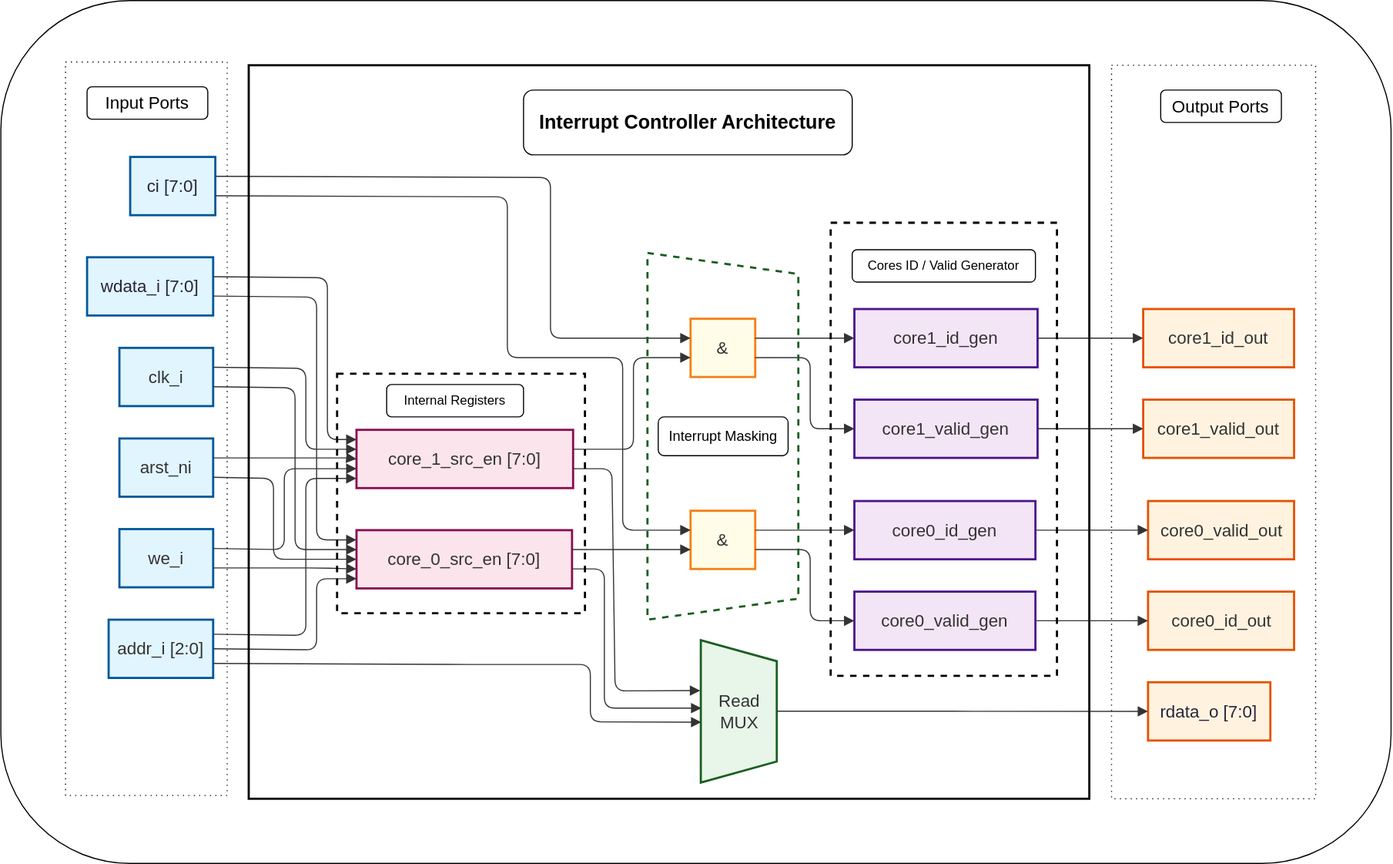
The draw.io diagram document/khalid_interrupt_controller.svg in ADN-VLSI/Batch2_testing, before a commit. Source tidied: cells renumbered, new cells last; positions are measured from the earlier drawing's top-left corner, leaving out a move shared by most shapes.
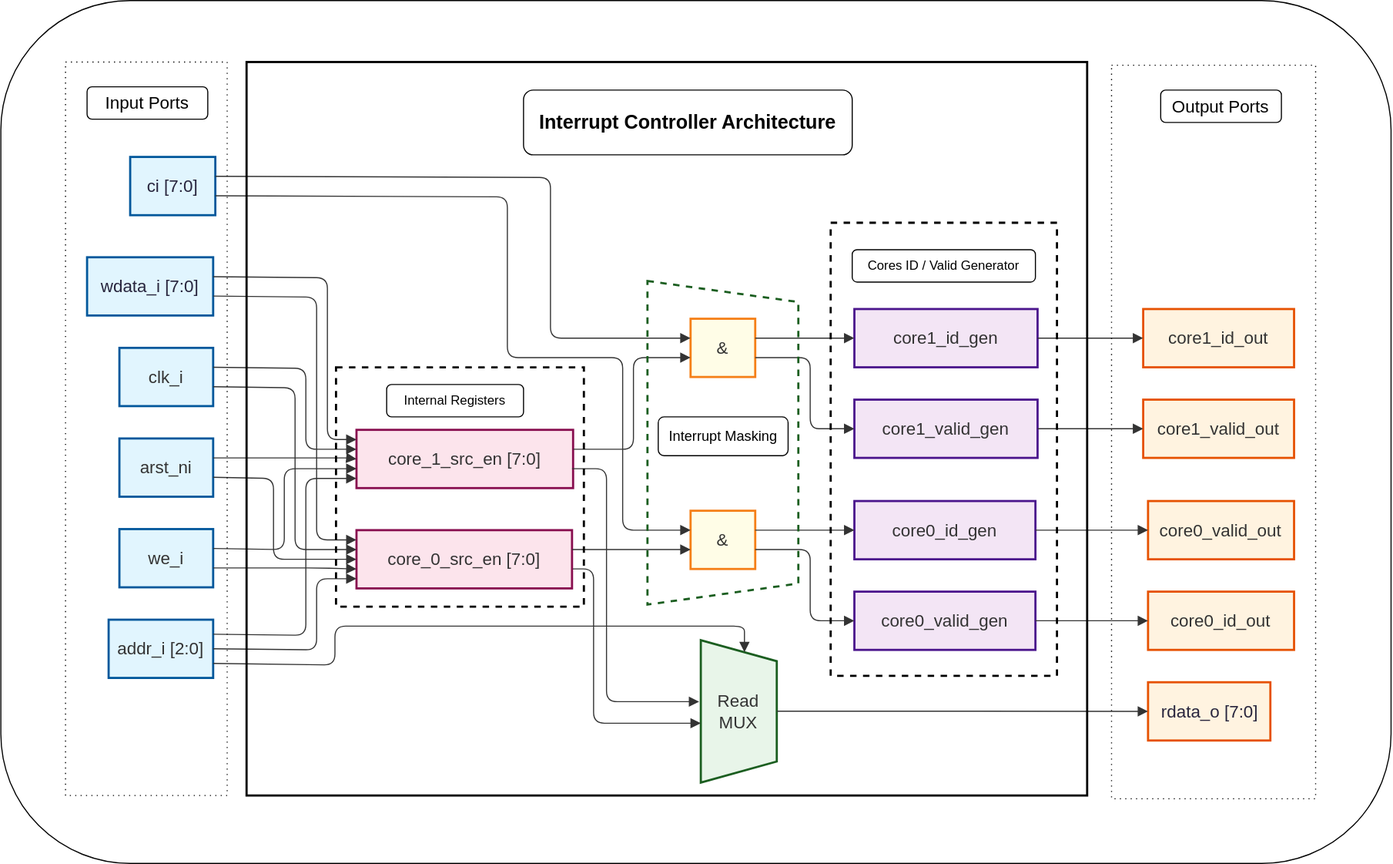
After the change.

Diff of the diagram source:
```diff
@@ -202,30 +202,34 @@
         </Array>
       </mxGeometry>
     </mxCell>
-    <mxCell id="39" style="edgeStyle=orthogonalEdgeStyle;rounded=1;curved=0;startArrow=none;endArrow=block;endSize=7;strokeColor=light-dark(#333333,#cccccc);exitX=1.003;exitY=0.665;exitDx=0;exitDy=0;exitPerimeter=0;" parent="1" edge="1" source="15">
+    <mxCell id="39" style="edgeStyle=orthogonalEdgeStyle;rounded=1;curved=0;startArrow=none;endArrow=block;endSize=7;strokeColor=light-dark(#333333,#cccccc);exitX=1.003;exitY=0.665;exitDx=0;exitDy=0;exitPerimeter=0;" parent="1" edge="1" source="15" target="14">
       <mxGeometry relative="1" as="geometry">
-        <mxPoint x="650" y="656" as="targetPoint" />
         <Array as="points">
-          <mxPoint x="560" y="527" />
-          <mxPoint x="560" y="656" />
+          <mxPoint x="550" y="527" />
+          <mxPoint x="550" y="670" />
         </Array>
       </mxGeometry>
     </mxCell>
-    <mxCell id="40" style="edgeStyle=orthogonalEdgeStyle;rounded=1;curved=0;startArrow=none;endArrow=block;endSize=7;strokeColor=light-dark(#333333,#cccccc);noEdgeStyle=1;orthogonal=1;exitX=1;exitY=0.6667;entryX=0.354;entryY=1.008;entryDx=0;entryDy=0;entryPerimeter=0;" parent="1" edge="1" source="12" target="14">
+    <mxCell id="40" style="edgeStyle=orthogonalEdgeStyle;rounded=1;curved=0;startArrow=none;endArrow=block;endSize=7;strokeColor=light-dark(#333333,#cccccc);noEdgeStyle=1;orthogonal=1;" parent="1" edge="1">
       <mxGeometry relative="1" as="geometry">
+        <mxPoint x="530" y="434" as="sourcePoint" />
+        <mxPoint x="648" y="650" as="targetPoint" />
         <Array as="points">
-          <mxPoint x="567" y="434" />
-          <mxPoint x="570" y="640" />
+          <mxPoint x="562" y="434" />
+          <mxPoint x="562" y="540" />
+          <mxPoint x="562" y="650" />
         </Array>
       </mxGeometry>
     </mxCell>
-    <mxCell id="41" style="edgeStyle=orthogonalEdgeStyle;rounded=1;curved=0;startArrow=none;endArrow=block;endSize=7;strokeColor=light-dark(#333333,#cccccc);noEdgeStyle=1;orthogonal=1;exitX=1;exitY=0.75;" parent="1" edge="1" source="8">
+    <mxCell id="41" style="edgeStyle=orthogonalEdgeStyle;rounded=1;curved=0;startArrow=none;endArrow=block;endSize=7;strokeColor=light-dark(#333333,#cccccc);noEdgeStyle=1;orthogonal=1;exitX=1;exitY=0.75;" parent="1" edge="1" source="8" target="14">
       <mxGeometry relative="1" as="geometry">
-        <mxPoint x="650" y="669" as="targetPoint" />
         <Array as="points">
-          <mxPoint x="425" y="615.5" />
-          <mxPoint x="547" y="615.5" />
-          <mxPoint x="547" y="668.8" />
+          <mxPoint x="310" y="616" />
+          <mxPoint x="310" y="580" />
+          <mxPoint x="430" y="580" />
+          <mxPoint x="580" y="580" />
+          <mxPoint x="690" y="580" />
+          <mxPoint x="690" y="590" />
         </Array>
       </mxGeometry>
     </mxCell>
@@ -270,10 +274,10 @@
       </mxGeometry>
     </mxCell>
     <mxCell id="50" style="rounded=0;whiteSpace=wrap;html=1;fillColor=none;glass=0;strokeWidth=2;strokeColor=default;" parent="1" vertex="1">
-      <mxGeometry x="230" y="60" width="780" height="680" as="geometry" />
+      <mxGeometry x="228" y="57" width="780" height="680" as="geometry" />
     </mxCell>
     <mxCell id="51" style="rounded=0;whiteSpace=wrap;html=1;fillColor=none;dashed=1;strokeWidth=2;strokeColor=default;" parent="1" vertex="1">
-      <mxGeometry x="312" y="346" width="230" height="222" as="geometry" />
+      <mxGeometry x="311" y="340" width="230" height="222" as="geometry" />
     </mxCell>
     <mxCell id="52" value="&lt;b&gt;&lt;font style=&quot;font-size: 18px;&quot;&gt;Interrupt Controller Architecture&lt;/font&gt;&lt;/b&gt;" style="rounded=1;whiteSpace=wrap;html=1;" parent="1" vertex="1">
       <mxGeometry x="485" y="83" width="305" height="60" as="geometry" />
@@ -285,7 +289,7 @@
       <mxGeometry x="358" y="356" width="127" height="30" as="geometry" />
     </mxCell>
     <mxCell id="55" style="html=1;shape=trapezoid;perimeter=trapezoidPerimeter;fixedSize=1;size=19.5;strokeWidth=2;whiteSpace=wrap;fillColor=none;strokeColor=#1b5e20;fontColor=light-dark(#333333,#cccccc);fontFamily=Trebuchet MS,Verdana,Arial,sans-serif;fontSize=16;direction=south;horizontal=1;dashed=1;" parent="1" vertex="1">
-      <mxGeometry x="600" y="234" width="140" height="340" as="geometry" />
+      <mxGeometry x="600" y="260" width="140" height="300" as="geometry" />
     </mxCell>
     <mxCell id="56" style="rounded=0;whiteSpace=wrap;html=1;fillColor=none;dashed=1;strokeWidth=2;strokeColor=default;" parent="1" vertex="1">
       <mxGeometry x="770" y="206" width="210" height="420" as="geometry" />
```
